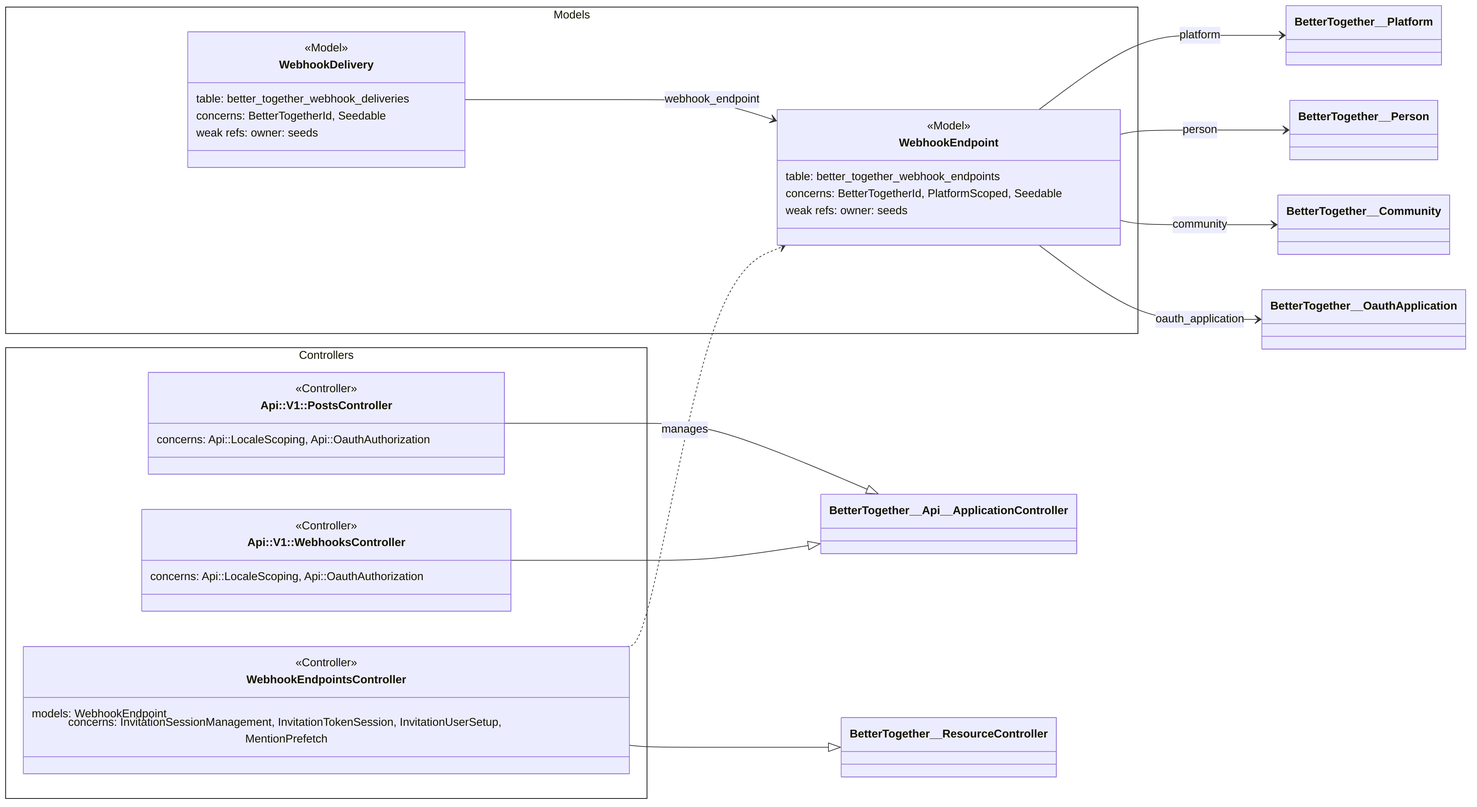
The Mermaid diagram docs/diagrams/exports/png/ce_integrations_webhooks_rails_layers.png in better-together-org/community-engine-rails, before a commit. Its source is kept beside it as docs/diagrams/source/ce_integrations_webhooks_rails_layers.mmd. Source of this version:
```mermaid
classDiagram
  direction LR

  namespace Controllers {
    class BetterTogether__Api__V1__PostsController["Api::V1::PostsController"] {
      <<Controller>>
      concerns: Api::LocaleScoping, Api::OauthAuthorization
    }
    class BetterTogether__Api__V1__WebhooksController["Api::V1::WebhooksController"] {
      <<Controller>>
      concerns: Api::LocaleScoping, Api::OauthAuthorization
    }
    class BetterTogether__WebhookEndpointsController["WebhookEndpointsController"] {
      <<Controller>>
      models: WebhookEndpoint
      concerns: InvitationSessionManagement, InvitationTokenSession, InvitationUserSetup, MentionPrefetch
    }
  }

  namespace Models {
    class BetterTogether__WebhookDelivery["WebhookDelivery"] {
      <<Model>>
      table: better_together_webhook_deliveries
      concerns: BetterTogetherId, Seedable
      weak refs: owner: seeds
    }
    class BetterTogether__WebhookEndpoint["WebhookEndpoint"] {
      <<Model>>
      table: better_together_webhook_endpoints
      concerns: BetterTogetherId, PlatformScoped, Seedable
      weak refs: owner: seeds
    }
  }

  BetterTogether__Api__V1__PostsController --|> BetterTogether__Api__ApplicationController
  BetterTogether__Api__V1__WebhooksController --|> BetterTogether__Api__ApplicationController
  BetterTogether__WebhookEndpointsController ..> BetterTogether__WebhookEndpoint : manages
  BetterTogether__WebhookEndpointsController --|> BetterTogether__ResourceController
  BetterTogether__WebhookDelivery --> BetterTogether__WebhookEndpoint : webhook_endpoint
  BetterTogether__WebhookEndpoint --> BetterTogether__Platform : platform
  BetterTogether__WebhookEndpoint --> BetterTogether__Person : person
  BetterTogether__WebhookEndpoint --> BetterTogether__Community : community
  BetterTogether__WebhookEndpoint --> BetterTogether__OauthApplication : oauth_application
```
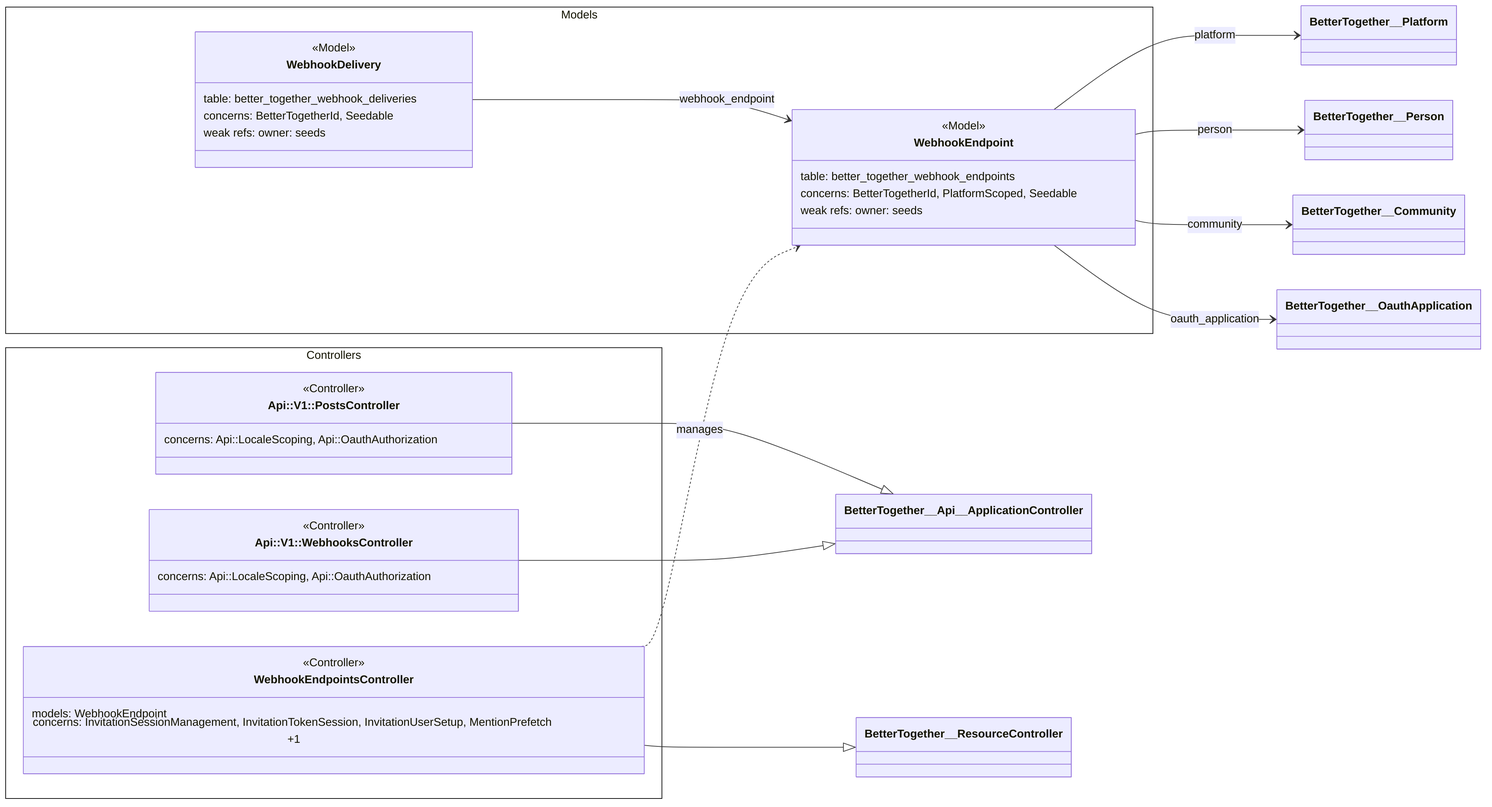
The same file after the commit.

The edit, as a diff of the source:
```diff
@@ -13,7 +13,7 @@
     class BetterTogether__WebhookEndpointsController["WebhookEndpointsController"] {
       <<Controller>>
       models: WebhookEndpoint
-      concerns: InvitationSessionManagement, InvitationTokenSession, InvitationUserSetup, MentionPrefetch
+      concerns: InvitationSessionManagement, InvitationTokenSession, InvitationUserSetup, MentionPrefetch +1
     }
   }
 
```
